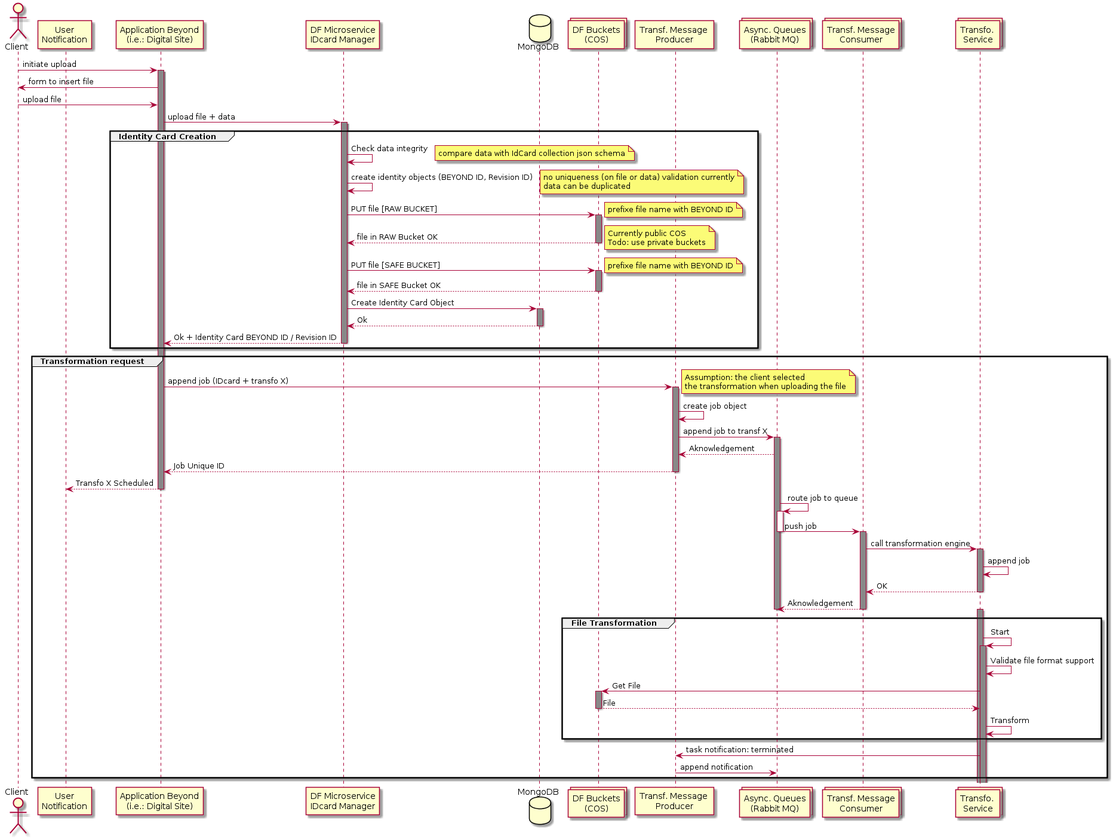
Above: 01.byd-DataFactory/1.ArchitectureDossier/images/DiagramLibrary/0510.SeqIngestAndTransfoDF/0510.SeqIngestAndTransfoDF.png in cogirep/documentation (PlantUML), before the change. The source it was exported from:
```plantuml
@startuml
actor Client
participant "User\nNotification" as Notif order 0
participant "Application Beyond\n(i.e.: Digital Site)" as AppByd order 1
participant "DF Microservice\nIDcard Manager" as IDcard order 2
database MongoDB order 3
collections "DF Buckets\n(COS)" as COS order 4
participant "Transf. Message \nProducer" as MsgProducer order 5
collections "Async. Queues\n(Rabbit MQ)" as MoM order 6
collections "Transf. Message\nConsumer" as MsgConsumer order 7
collections "Transfo. \nService" as Transfo order 8

Client -> AppByd : initiate upload
activate AppByd #888888
AppByd -> Client : form to insert file
Client -> AppByd : upload file
AppByd -> IDcard : upload file + data
group Identity Card Creation
activate IDcard #888888
IDcard -> IDcard: Check data integrity
note right
    compare data with IdCard collection json schema
end note
IDcard -> IDcard: create identity objects (BEYOND ID, Revision ID)
note right
    no uniqueness (on file or data) validation currently
    data can be duplicated
end note
IDcard -> COS : PUT file [RAW BUCKET]
note right
    prefixe file name with BEYOND ID
end note
activate COS #888888
COS --> IDcard : file in RAW Bucket OK
deactivate COS
note right
    Currently public COS
    Todo: use private buckets
end note
IDcard -> COS : PUT file [SAFE BUCKET]
note right
    prefixe file name with BEYOND ID
end note
activate COS #888888
COS --> IDcard : file in SAFE Bucket OK
deactivate COS
IDcard -> MongoDB : Create Identity Card Object
activate MongoDB #888888
MongoDB --> IDcard : Ok
deactivate MongoDB
IDcard --> AppByd: Ok + Identity Card BEYOND ID / Revision ID
deactivate IDcard
deactivate IDcard
end

group Transformation request
AppByd -> MsgProducer : append job (IDcard + transfo X)
note right
    Assumption: the client selected
    the transformation when uploading the file
end note
activate MsgProducer #888888
MsgProducer -> MsgProducer : create job object
MsgProducer -> MoM : append job to transf X
activate MoM #888888
MoM --> MsgProducer : Aknowledgement
MsgProducer --> AppByd : Job Unique ID
deactivate MsgProducer
AppByd --> Notif: Transfo X Scheduled
deactivate AppByd
MoM -> MoM: route job to queue
activate MoM
MoM -> MsgConsumer: push job
deactivate MoM
activate MsgConsumer #888888
MsgConsumer -> Transfo: call transformation engine
activate Transfo #888888
Transfo -> Transfo : append job
Transfo --> MsgConsumer : OK
deactivate Transfo
MsgConsumer --> MoM : Aknowledgement
deactivate MsgConsumer
deactivate MoM
deactivate MoM

group File Transformation
activate Transfo #888888
Transfo -> Transfo: Start
activate Transfo #888888
Transfo -> Transfo: Validate file format support
Transfo -> COS: Get File
activate COS #888888
COS --> Transfo: File
deactivate COS
Transfo -> Transfo: Transform
end
Transfo -> MsgProducer: task notification: terminated
MsgProducer -> MoM: append notification
end

deactivate AppByd


@enduml
```
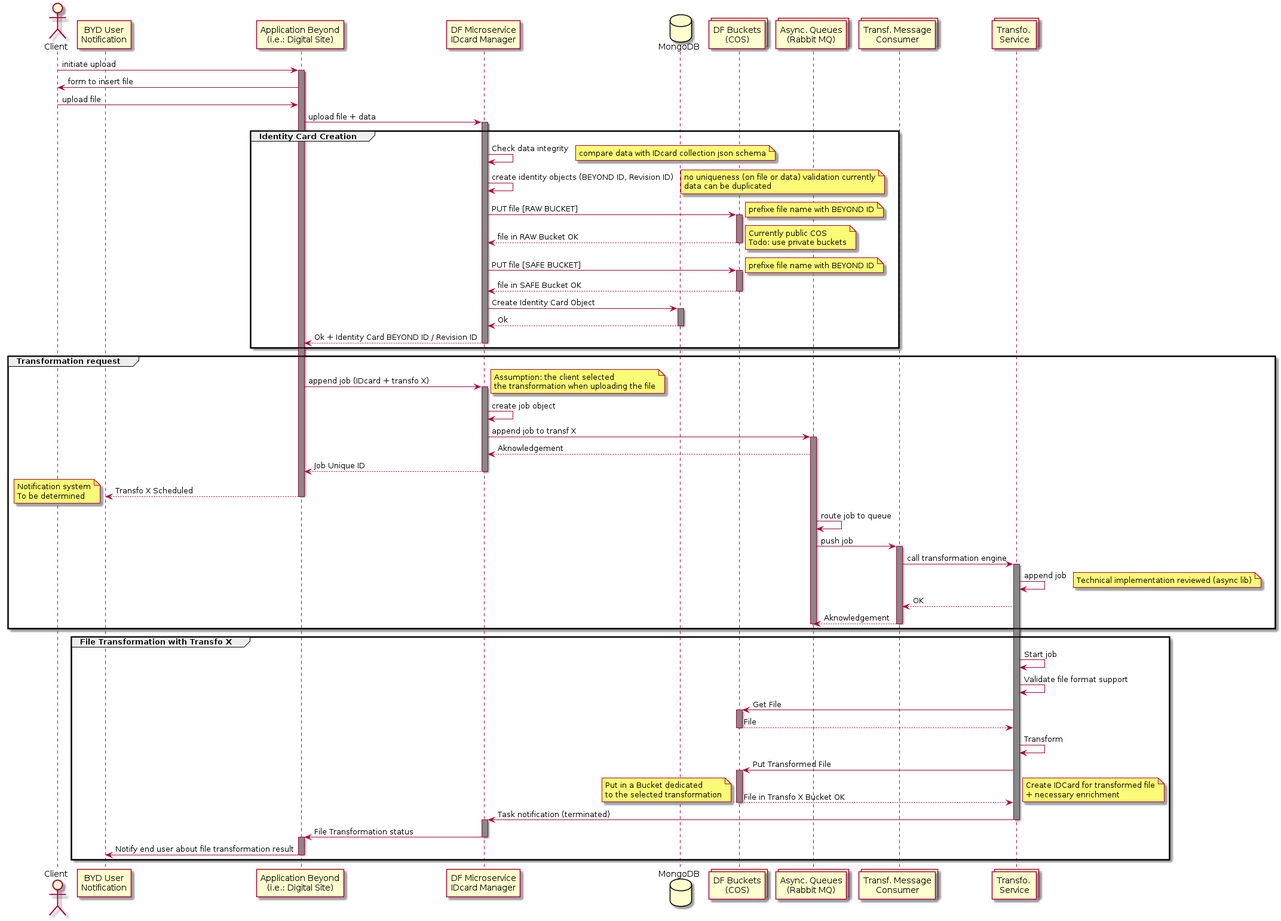
After the change.

Commit message:
diag seq transfo DF

Change to the diagram source:
```diff
@@ -1,11 +1,10 @@
 @startuml
 actor Client
-participant "User\nNotification" as Notif order 0
+participant "BYD User\nNotification" as Notif order 0
 participant "Application Beyond\n(i.e.: Digital Site)" as AppByd order 1
 participant "DF Microservice\nIDcard Manager" as IDcard order 2
 database MongoDB order 3
 collections "DF Buckets\n(COS)" as COS order 4
-participant "Transf. Message \nProducer" as MsgProducer order 5
 collections "Async. Queues\n(Rabbit MQ)" as MoM order 6
 collections "Transf. Message\nConsumer" as MsgConsumer order 7
 collections "Transfo. \nService" as Transfo order 8
@@ -15,90 +14,109 @@
 AppByd -> Client : form to insert file
 Client -> AppByd : upload file
 AppByd -> IDcard : upload file + data
+
 group Identity Card Creation
-activate IDcard #888888
-IDcard -> IDcard: Check data integrity
-note right
-    compare data with IdCard collection json schema
-end note
-IDcard -> IDcard: create identity objects (BEYOND ID, Revision ID)
-note right
-    no uniqueness (on file or data) validation currently
-    data can be duplicated
-end note
-IDcard -> COS : PUT file [RAW BUCKET]
-note right
-    prefixe file name with BEYOND ID
-end note
-activate COS #888888
-COS --> IDcard : file in RAW Bucket OK
-deactivate COS
-note right
-    Currently public COS
-    Todo: use private buckets
-end note
-IDcard -> COS : PUT file [SAFE BUCKET]
-note right
-    prefixe file name with BEYOND ID
-end note
-activate COS #888888
-COS --> IDcard : file in SAFE Bucket OK
-deactivate COS
-IDcard -> MongoDB : Create Identity Card Object
-activate MongoDB #888888
-MongoDB --> IDcard : Ok
-deactivate MongoDB
-IDcard --> AppByd: Ok + Identity Card BEYOND ID / Revision ID
-deactivate IDcard
-deactivate IDcard
+    activate IDcard #888888
+    IDcard -> IDcard : Check data integrity
+    note right
+        compare data with IDcard collection json schema
+    end note
+    IDcard -> IDcard : create identity objects (BEYOND ID, Revision ID)
+    note right
+        no uniqueness (on file or data) validation currently
+        data can be duplicated
+    end note
+    IDcard -> COS : PUT file [RAW BUCKET]
+    note right
+        prefixe file name with BEYOND ID
+    end note
+    activate COS #888888
+    COS --> IDcard : file in RAW Bucket OK
+    deactivate COS
+    note right
+        Currently public COS
+        Todo: use private buckets
+    end note
+    IDcard -> COS : PUT file [SAFE BUCKET]
+    note right
+        prefixe file name with BEYOND ID
+    end note
+    activate COS #888888
+    COS --> IDcard : file in SAFE Bucket OK
+    deactivate COS
+    IDcard -> MongoDB : Create Identity Card Object
+    activate MongoDB #888888
+    MongoDB --> IDcard : Ok
+    deactivate MongoDB
+    IDcard --> AppByd : Ok + Identity Card BEYOND ID / Revision ID
+    deactivate IDcard
+    deactivate IDcard
 end
 
 group Transformation request
-AppByd -> MsgProducer : append job (IDcard + transfo X)
-note right
-    Assumption: the client selected
-    the transformation when uploading the file
-end note
-activate MsgProducer #888888
-MsgProducer -> MsgProducer : create job object
-MsgProducer -> MoM : append job to transf X
-activate MoM #888888
-MoM --> MsgProducer : Aknowledgement
-MsgProducer --> AppByd : Job Unique ID
-deactivate MsgProducer
-AppByd --> Notif: Transfo X Scheduled
-deactivate AppByd
-MoM -> MoM: route job to queue
-activate MoM
-MoM -> MsgConsumer: push job
-deactivate MoM
-activate MsgConsumer #888888
-MsgConsumer -> Transfo: call transformation engine
-activate Transfo #888888
-Transfo -> Transfo : append job
-Transfo --> MsgConsumer : OK
-deactivate Transfo
-MsgConsumer --> MoM : Aknowledgement
-deactivate MsgConsumer
-deactivate MoM
-deactivate MoM
+    AppByd -> IDcard : append job (IDcard + transfo X)
+    note right
+        Assumption: the client selected
+        the transformation when uploading the file
+    end note
+    activate IDcard #888888
+    IDcard -> IDcard : create job object
+    IDcard -> MoM : append job to transf X
+    activate MoM #888888
+    MoM --> IDcard : Aknowledgement
+    IDcard --> AppByd : Job Unique ID
+    deactivate IDcard
+    AppByd --> Notif : Transfo X Scheduled
+    note left
+        Notification system
+        To be determined
+    end note
+    deactivate AppByd
+    MoM -> MoM : route job to queue
+    MoM -> MsgConsumer : push job
+    activate MsgConsumer #888888
+    MsgConsumer -> Transfo : call transformation engine
+    activate Transfo #888888
+    Transfo -> Transfo : append job
+    note right
+        Technical implementation reviewed (async lib)
+    end note
 
-group File Transformation
-activate Transfo #888888
-Transfo -> Transfo: Start
-activate Transfo #888888
-Transfo -> Transfo: Validate file format support
-Transfo -> COS: Get File
-activate COS #888888
-COS --> Transfo: File
-deactivate COS
-Transfo -> Transfo: Transform
-end
-Transfo -> MsgProducer: task notification: terminated
-MsgProducer -> MoM: append notification
+    Transfo --> MsgConsumer : OK
+    MsgConsumer --> MoM : Aknowledgement
+    deactivate MsgConsumer
+    deactivate MoM
 end
 
-deactivate AppByd
+group File Transformation with Transfo X
+    Transfo -> Transfo : Start job
+    Transfo -> Transfo : Validate file format support
+    Transfo -> COS : Get File
+    activate COS #888888
+    COS --> Transfo : File
+    deactivate COS
+    Transfo -> Transfo : Transform
+    Transfo -> COS : Put Transformed File
+    activate COS #888888
+    COS --> Transfo : File in Transfo X Bucket OK
+    note left
+        Put in a Bucket dedicated
+        to the selected transformation
+    end note
+    deactivate COS
+    note right
+        Create IDCard for transformed file
+        + necessary enrichment
+    end note
+    Transfo -> IDcard : Task notification (terminated)
+    deactivate Transfo
+    activate IDcard #888888
+    IDcard -> AppByd : File Transformation status
+    deactivate IDcard
+    activate AppByd #888888
+    AppByd -> Notif : Notify end user about file transformation result
+    deactivate AppByd
+end
 
 
 @enduml
```
